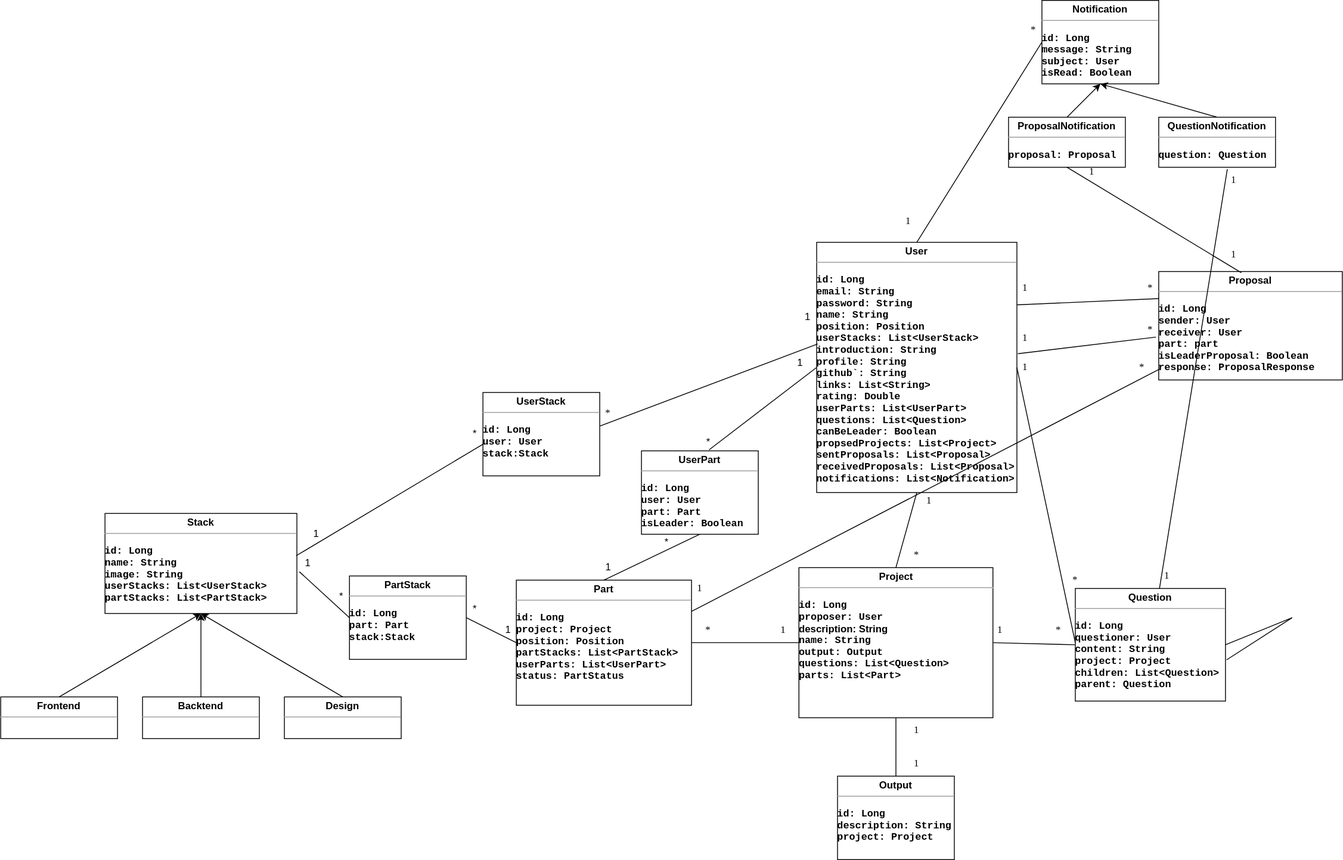
Above: entity_diagram.drawio.svg in zelo0/cruit (draw.io), before the change. Source tidied: cells renumbered, new cells last; positions are measured from the earlier drawing's top-left corner, leaving out a move shared by most shapes.
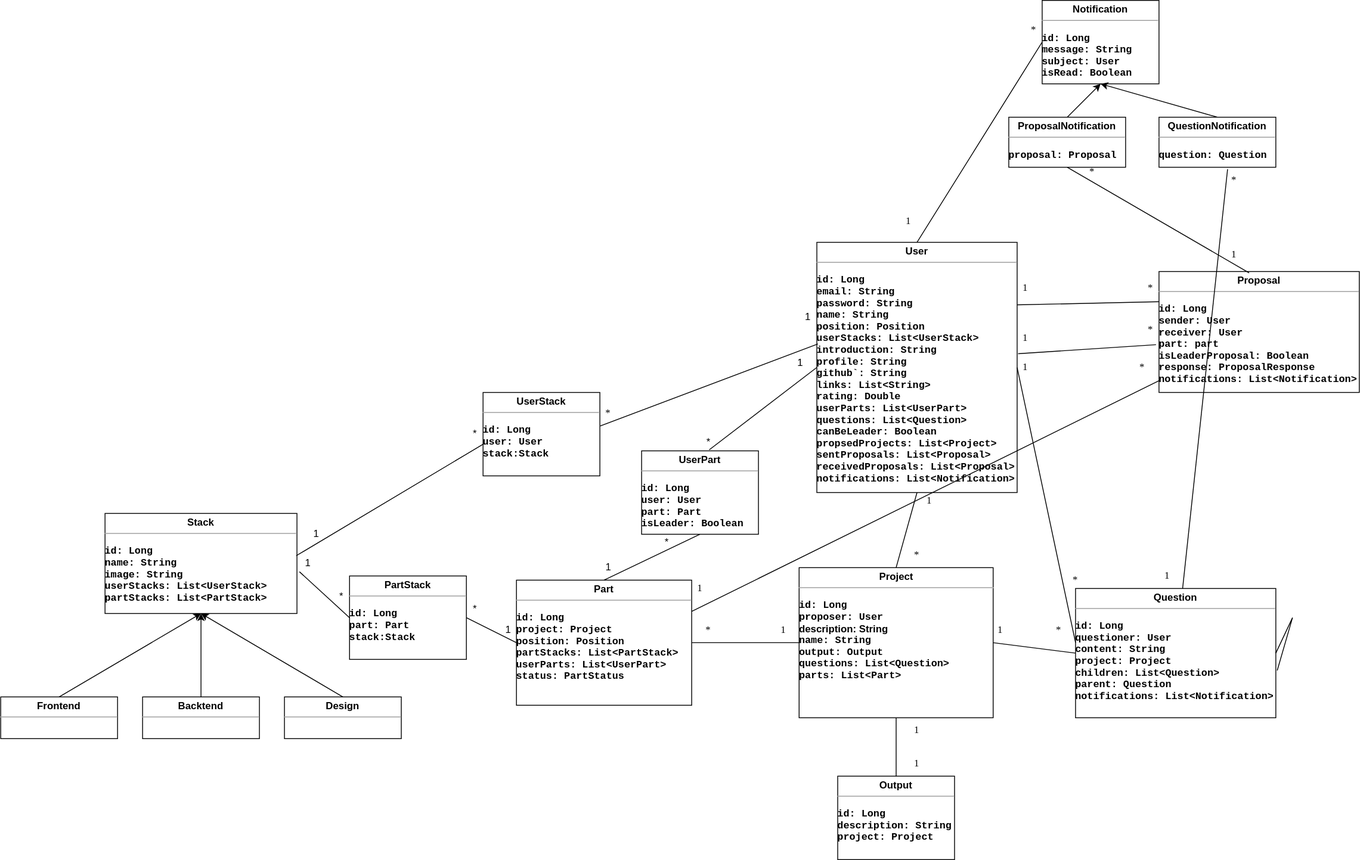
The same diagram one commit later.

Commit message:
notificattion 관계 1:N으로 변경

Change to the diagram source:
```diff
@@ -17,8 +17,8 @@
     <mxCell id="6" value="*" style="text;html=1;strokeColor=none;fillColor=none;align=center;verticalAlign=middle;whiteSpace=wrap;rounded=0;labelBackgroundColor=none;labelBorderColor=none;sketch=0;fontFamily=Verdana;fontSize=12;" parent="1" vertex="1">
       <mxGeometry x="1068" y="650" width="60" height="30" as="geometry" />
     </mxCell>
-    <mxCell id="7" value="&lt;p style=&quot;margin: 0px ; margin-top: 4px ; text-align: center&quot;&gt;&lt;b&gt;Question&lt;/b&gt;&lt;/p&gt;&lt;hr size=&quot;1&quot;&gt;&lt;p&gt;&lt;/p&gt;&lt;pre style=&quot;height: 2px ; line-height: 1.5&quot;&gt;&lt;b&gt;id: Long&lt;/b&gt;&lt;/pre&gt;&lt;pre style=&quot;height: 2px ; line-height: 1.5&quot;&gt;&lt;b&gt;questioner: User&lt;/b&gt;&lt;/pre&gt;&lt;pre style=&quot;height: 2px ; line-height: 1.5&quot;&gt;&lt;b&gt;content: String&lt;/b&gt;&lt;/pre&gt;&lt;pre style=&quot;height: 2px ; line-height: 1.5&quot;&gt;&lt;b&gt;project: Project&lt;/b&gt;&lt;/pre&gt;&lt;pre style=&quot;height: 2px ; line-height: 1.5&quot;&gt;&lt;b&gt;children: List&amp;lt;Question&amp;gt;&lt;/b&gt;&lt;/pre&gt;&lt;pre style=&quot;height: 2px ; line-height: 1.5&quot;&gt;&lt;b&gt;parent: Question&lt;/b&gt;&lt;/pre&gt;&lt;p&gt;&lt;/p&gt;" style="verticalAlign=top;align=left;overflow=fill;fontSize=12;fontFamily=Helvetica;html=1;" parent="1" vertex="1">
-      <mxGeometry x="1288" y="705" width="180" height="135" as="geometry" />
+    <mxCell id="7" value="&lt;p style=&quot;margin: 0px ; margin-top: 4px ; text-align: center&quot;&gt;&lt;b&gt;Question&lt;/b&gt;&lt;/p&gt;&lt;hr size=&quot;1&quot;&gt;&lt;p&gt;&lt;/p&gt;&lt;pre style=&quot;height: 2px ; line-height: 1.5&quot;&gt;&lt;b&gt;id: Long&lt;/b&gt;&lt;/pre&gt;&lt;pre style=&quot;height: 2px ; line-height: 1.5&quot;&gt;&lt;b&gt;questioner: User&lt;/b&gt;&lt;/pre&gt;&lt;pre style=&quot;height: 2px ; line-height: 1.5&quot;&gt;&lt;b&gt;content: String&lt;/b&gt;&lt;/pre&gt;&lt;pre style=&quot;height: 2px ; line-height: 1.5&quot;&gt;&lt;b&gt;project: Project&lt;/b&gt;&lt;/pre&gt;&lt;pre style=&quot;height: 2px ; line-height: 1.5&quot;&gt;&lt;b&gt;children: List&amp;lt;Question&amp;gt;&lt;/b&gt;&lt;/pre&gt;&lt;pre style=&quot;height: 2px ; line-height: 1.5&quot;&gt;&lt;b&gt;parent: Question&lt;/b&gt;&lt;/pre&gt;&lt;pre style=&quot;height: 2px ; line-height: 1.5&quot;&gt;&lt;b&gt;notifications: List&amp;lt;Notification&amp;gt;&lt;/b&gt;&lt;/pre&gt;&lt;p&gt;&lt;/p&gt;" style="verticalAlign=top;align=left;overflow=fill;fontSize=12;fontFamily=Helvetica;html=1;" parent="1" vertex="1">
+      <mxGeometry x="1288" y="705" width="240" height="155" as="geometry" />
     </mxCell>
     <mxCell id="8" style="endArrow=none;html=1;rounded=0;fontFamily=Verdana;fontSize=12;exitX=1;exitY=0.5;exitDx=0;exitDy=0;entryX=0;entryY=0.5;entryDx=0;entryDy=0;" parent="1" edge="1" source="3" target="7">
       <mxGeometry relative="1" as="geometry" />
@@ -158,8 +158,8 @@
     <mxCell id="51" value="&lt;pre style=&quot;background-color: #2b2b2b ; color: #a9b7c6 ; font-size: 9.8pt&quot;&gt;&lt;br&gt;&lt;/pre&gt;" style="text;whiteSpace=wrap;html=1;" parent="1" vertex="1">
       <mxGeometry x="958" y="590" width="30" height="60" as="geometry" />
     </mxCell>
-    <mxCell id="52" value="&lt;p style=&quot;margin: 0px ; margin-top: 4px ; text-align: center&quot;&gt;&lt;b&gt;Proposal&lt;/b&gt;&lt;/p&gt;&lt;hr size=&quot;1&quot;&gt;&lt;p&gt;&lt;/p&gt;&lt;pre style=&quot;height: 2px ; line-height: 1.5&quot;&gt;&lt;b&gt;id: Long&lt;/b&gt;&lt;/pre&gt;&lt;pre style=&quot;height: 2px ; line-height: 1.5&quot;&gt;&lt;b&gt;sender: User&lt;/b&gt;&lt;/pre&gt;&lt;pre style=&quot;height: 2px ; line-height: 1.5&quot;&gt;&lt;b&gt;receiver: User&lt;/b&gt;&lt;/pre&gt;&lt;pre style=&quot;height: 2px ; line-height: 1.5&quot;&gt;&lt;b&gt;part: part&lt;/b&gt;&lt;/pre&gt;&lt;pre style=&quot;height: 2px ; line-height: 1.5&quot;&gt;&lt;b&gt;isLeaderProposal: Boolean&lt;/b&gt;&lt;/pre&gt;&lt;pre style=&quot;height: 2px ; line-height: 1.5&quot;&gt;&lt;b&gt;response: ProposalResponse &lt;/b&gt;&lt;/pre&gt;&lt;p&gt;&lt;/p&gt;" style="verticalAlign=top;align=left;overflow=fill;fontSize=12;fontFamily=Helvetica;html=1;" parent="1" vertex="1">
-      <mxGeometry x="1388" y="325" width="220" height="130" as="geometry" />
+    <mxCell id="52" value="&lt;p style=&quot;margin: 0px ; margin-top: 4px ; text-align: center&quot;&gt;&lt;b&gt;Proposal&lt;/b&gt;&lt;/p&gt;&lt;hr size=&quot;1&quot;&gt;&lt;p&gt;&lt;/p&gt;&lt;pre style=&quot;height: 2px ; line-height: 1.5&quot;&gt;&lt;b&gt;id: Long&lt;/b&gt;&lt;/pre&gt;&lt;pre style=&quot;height: 2px ; line-height: 1.5&quot;&gt;&lt;b&gt;sender: User&lt;/b&gt;&lt;/pre&gt;&lt;pre style=&quot;height: 2px ; line-height: 1.5&quot;&gt;&lt;b&gt;receiver: User&lt;/b&gt;&lt;/pre&gt;&lt;pre style=&quot;height: 2px ; line-height: 1.5&quot;&gt;&lt;b&gt;part: part&lt;/b&gt;&lt;/pre&gt;&lt;pre style=&quot;height: 2px ; line-height: 1.5&quot;&gt;&lt;b&gt;isLeaderProposal: Boolean&lt;/b&gt;&lt;/pre&gt;&lt;pre style=&quot;height: 2px ; line-height: 1.5&quot;&gt;&lt;b&gt;response: ProposalResponse&lt;/b&gt;&lt;/pre&gt;&lt;pre style=&quot;height: 2px ; line-height: 1.5&quot;&gt;&lt;b&gt;notifications: List&amp;lt;Notification&amp;gt; &lt;/b&gt;&lt;/pre&gt;&lt;p&gt;&lt;/p&gt;" style="verticalAlign=top;align=left;overflow=fill;fontSize=12;fontFamily=Helvetica;html=1;" parent="1" vertex="1">
+      <mxGeometry x="1388" y="325" width="240" height="145" as="geometry" />
     </mxCell>
     <mxCell id="53" style="endArrow=none;html=1;rounded=0;entryX=-0.015;entryY=0.605;entryDx=0;entryDy=0;entryPerimeter=0;exitX=1.005;exitY=0.445;exitDx=0;exitDy=0;exitPerimeter=0;" parent="1" edge="1" source="2" target="52">
       <mxGeometry relative="1" as="geometry" />
@@ -219,7 +219,7 @@
     <mxCell id="70" style="endArrow=none;html=1;rounded=0;exitX=0.5;exitY=1;exitDx=0;exitDy=0;entryX=0.45;entryY=0.011;entryDx=0;entryDy=0;entryPerimeter=0;" parent="1" edge="1" source="67" target="52">
       <mxGeometry relative="1" as="geometry" />
     </mxCell>
-    <mxCell id="71" value="1" style="text;html=1;strokeColor=none;fillColor=none;align=center;verticalAlign=middle;whiteSpace=wrap;rounded=0;labelBackgroundColor=none;labelBorderColor=none;sketch=0;fontFamily=Verdana;fontSize=12;" parent="1" vertex="1">
+    <mxCell id="71" value="*" style="text;html=1;strokeColor=none;fillColor=none;align=center;verticalAlign=middle;whiteSpace=wrap;rounded=0;labelBackgroundColor=none;labelBorderColor=none;sketch=0;fontFamily=Verdana;fontSize=12;" parent="1" vertex="1">
       <mxGeometry x="1278" y="190" width="60" height="30" as="geometry" />
     </mxCell>
     <mxCell id="72" value="&lt;span style=&quot;font-weight: normal&quot;&gt;1&lt;/span&gt;" style="text;html=1;strokeColor=none;fillColor=none;align=center;verticalAlign=middle;whiteSpace=wrap;rounded=0;labelBackgroundColor=none;labelBorderColor=none;sketch=0;fontFamily=Verdana;fontSize=12;fontStyle=1;" parent="1" vertex="1">
@@ -228,7 +228,7 @@
     <mxCell id="73" style="endArrow=none;html=1;rounded=0;exitX=0.587;exitY=1.04;exitDx=0;exitDy=0;exitPerimeter=0;" parent="1" edge="1" source="69" target="7">
       <mxGeometry relative="1" as="geometry" />
     </mxCell>
-    <mxCell id="74" value="&lt;span style=&quot;font-weight: normal&quot;&gt;1&lt;/span&gt;" style="text;html=1;strokeColor=none;fillColor=none;align=center;verticalAlign=middle;whiteSpace=wrap;rounded=0;labelBackgroundColor=none;labelBorderColor=none;sketch=0;fontFamily=Verdana;fontSize=12;fontStyle=1;" parent="1" vertex="1">
+    <mxCell id="74" value="&lt;span style=&quot;font-weight: 400&quot;&gt;*&lt;/span&gt;" style="text;html=1;strokeColor=none;fillColor=none;align=center;verticalAlign=middle;whiteSpace=wrap;rounded=0;labelBackgroundColor=none;labelBorderColor=none;sketch=0;fontFamily=Verdana;fontSize=12;fontStyle=1;" parent="1" vertex="1">
       <mxGeometry x="1448" y="200" width="60" height="30" as="geometry" />
     </mxCell>
     <mxCell id="75" value="&lt;span style=&quot;font-weight: normal&quot;&gt;1&lt;/span&gt;" style="text;html=1;strokeColor=none;fillColor=none;align=center;verticalAlign=middle;whiteSpace=wrap;rounded=0;labelBackgroundColor=none;labelBorderColor=none;sketch=0;fontFamily=Verdana;fontSize=12;fontStyle=1;" parent="1" vertex="1">
```
